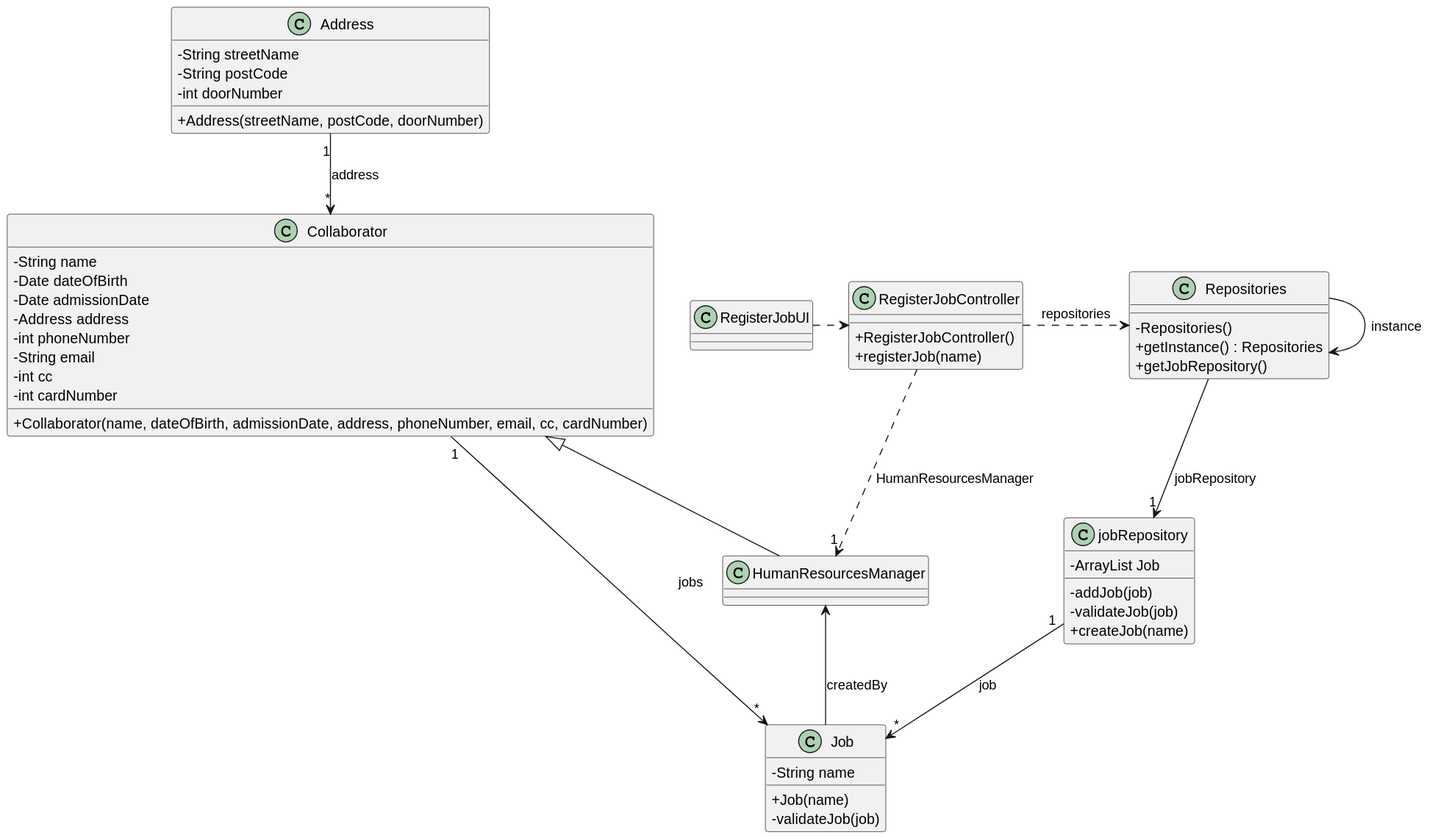
Earlier version of the PlantUML export docs/sprint2/us02/03.design/svg/us02-class-diagram.svg (Departamento-de-Engenharia-Informatica/lei-24-s2-1db-g022). Source of this version:
```plantuml
@startuml
skinparam packageStyle rectangle
skinparam shadowing false
skinparam linetype polyline

skinparam classAttributeIconSize 0


class Job {
    - String name

    + Job(name)
    - validateJob(job)
}

class RegisterJobController {

    + RegisterJobController()
    + registerJob(name)
}

class RegisterJobUI {
}

class Collaborator {
    -String name
    -Date dateOfBirth
    -Date admissionDate
    -Address address
    -int phoneNumber
    -String email
    -int cc
    -int cardNumber

    + Collaborator(name, dateOfBirth, admissionDate, address, phoneNumber, email, cc, cardNumber)
}

class Address{
    -String streetName
    -String postCode
    -int doorNumber

    +Address(streetName, postCode, doorNumber)
}

class HumanResourcesManager {
}

class Repositories {

    - Repositories()
    + getInstance() : Repositories
    + getJobRepository()
}

class jobRepository {
    - ArrayList Job

    - addJob(job)
    - validateJob(job)
    + createJob(name)
}

RegisterJobController .> Repositories : repositories
RegisterJobUI .> RegisterJobController
Repositories -> Repositories : instance
Repositories --> "1" jobRepository : jobRepository
jobRepository "1" --> "*" Job : job
Collaborator  <|--  HumanResourcesManager
RegisterJobController ..> "1" HumanResourcesManager : HumanResourcesManager
HumanResourcesManager <--  Job: createdBy
Collaborator "1" --> "*" Job : jobs
Address "1" --> "*" Collaborator : address
@enduml
```
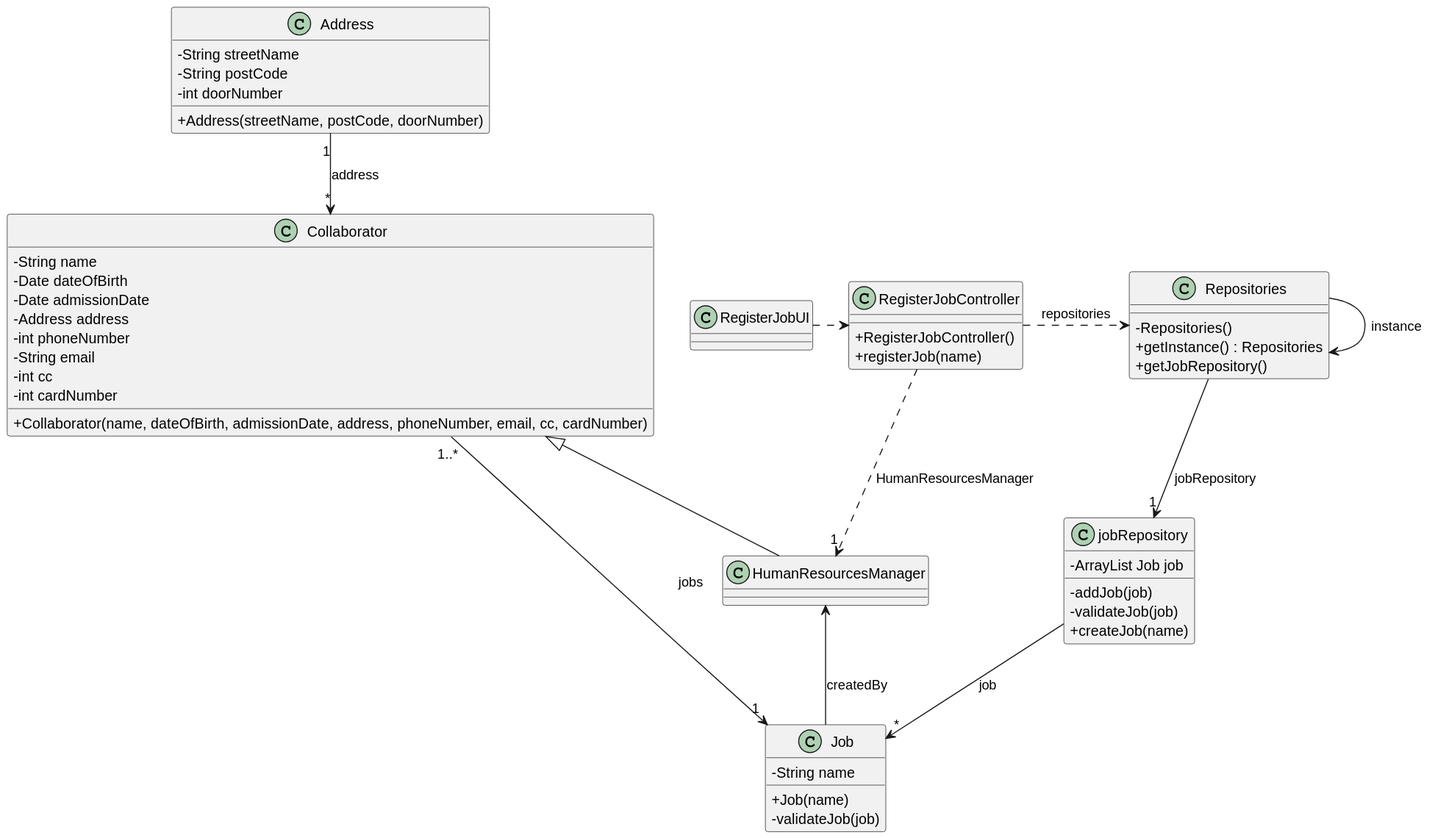
The same diagram one commit later.

What changed in the source:
```diff
@@ -54,7 +54,7 @@
 }
 
 class jobRepository {
-    - ArrayList Job
+    - ArrayList Job job
 
     - addJob(job)
     - validateJob(job)
@@ -65,10 +65,10 @@
 RegisterJobUI .> RegisterJobController
 Repositories -> Repositories : instance
 Repositories --> "1" jobRepository : jobRepository
-jobRepository "1" --> "*" Job : job
+jobRepository --> "*" Job : job
 Collaborator  <|--  HumanResourcesManager
 RegisterJobController ..> "1" HumanResourcesManager : HumanResourcesManager
 HumanResourcesManager <--  Job: createdBy
-Collaborator "1" --> "*" Job : jobs
+Collaborator "1..*" --> "1" Job : jobs
 Address "1" --> "*" Collaborator : address
 @enduml
```
